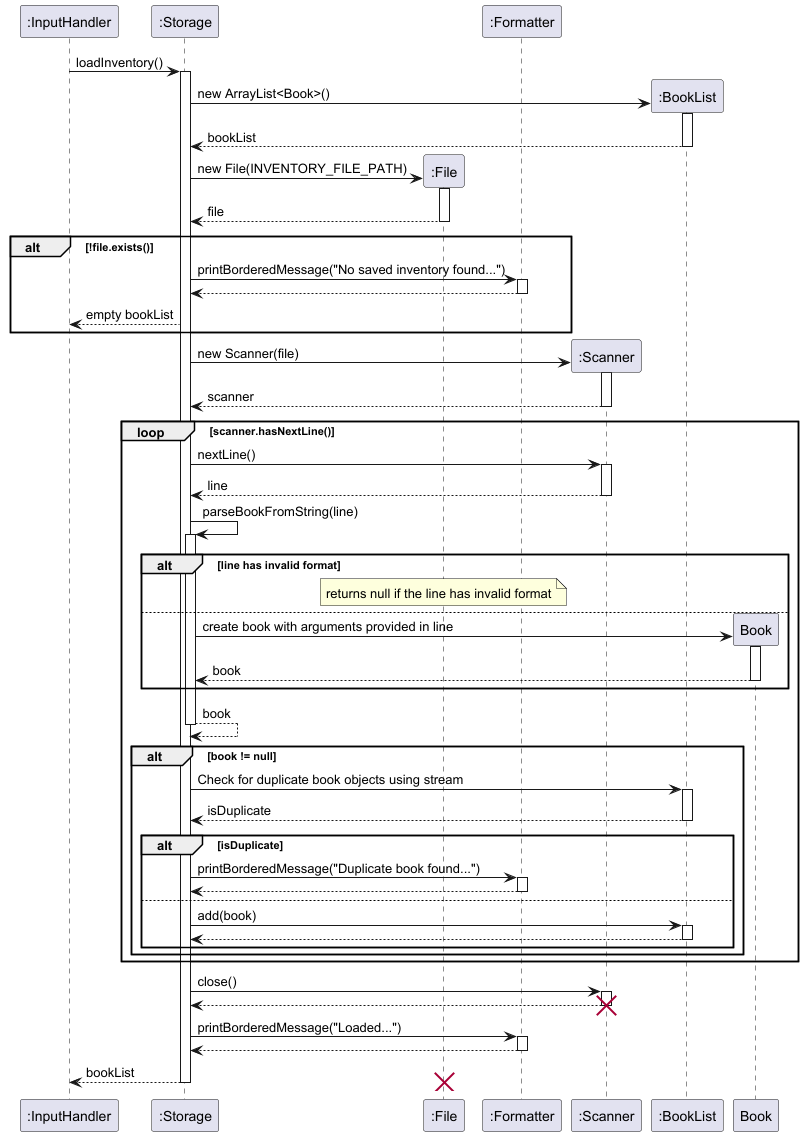
This is docs/images/loadInventory.png from AY2425S2-CS2113-T12-2/tp, a PlantUML export, as it was before one commit. Its diagram source:
```plantuml
@startuml
participant InputHandler as ":InputHandler"
participant Storage as ":Storage"
participant File as ":File"
participant Formatter as ":Formatter"
participant Scanner as ":Scanner"


InputHandler -> Storage: loadInventory()
activate Storage

create BookList as ":BookList"
Storage -> BookList: new ArrayList<Book>()
activate BookList
BookList --> Storage: bookList
deactivate BookList

Create File
Storage -> File: new File(INVENTORY_FILE_PATH)
activate File
File --> Storage: file
deactivate File

alt !file.exists()
    Storage -> Formatter: printBorderedMessage("No saved inventory found...")
    activate Formatter

    Formatter --> Storage
    deactivate Formatter

    Storage --> InputHandler: empty bookList
    end
    create Scanner
    Storage -> Scanner: new Scanner(file)
    activate Scanner
    Scanner --> Storage: scanner
    deactivate Scanner

    loop scanner.hasNextLine()
        Storage -> Scanner: nextLine()
        activate Scanner

        Scanner --> Storage: line
        deactivate Scanner

        Storage -> Storage: parseBookFromString(line)
        activate Storage
        alt line has invalid format
            note over File
            returns null if the line has invalid format
            end note
        else
            create Book
            Storage -> Book: create book with arguments provided in line
            activate Book
            Book --> Storage: book
            deactivate Book
        end
        Storage --> Storage: book
        deactivate Storage

        alt book != null
            Storage -> BookList: Check for duplicate book objects using stream
            activate BookList
            BookList --> Storage: isDuplicate
            deactivate BookList
            alt isDuplicate
                Storage -> Formatter: printBorderedMessage("Duplicate book found...")
                activate Formatter
                Formatter --> Storage
                deactivate Formatter

            else
                Storage -> BookList: add(book)
                activate BookList
                BookList --> Storage
                deactivate BookList
            end
        end
    end



    Storage -> Scanner: close()
    activate Scanner
    Scanner --> Storage
    deactivate Scanner
    destroy Scanner
    Storage -> Formatter: printBorderedMessage("Loaded...")
    activate Formatter
    Formatter --> Storage
    deactivate Formatter


    Storage --> InputHandler: bookList
    destroy File
    deactivate Storage

deactivate Storage
@enduml
```
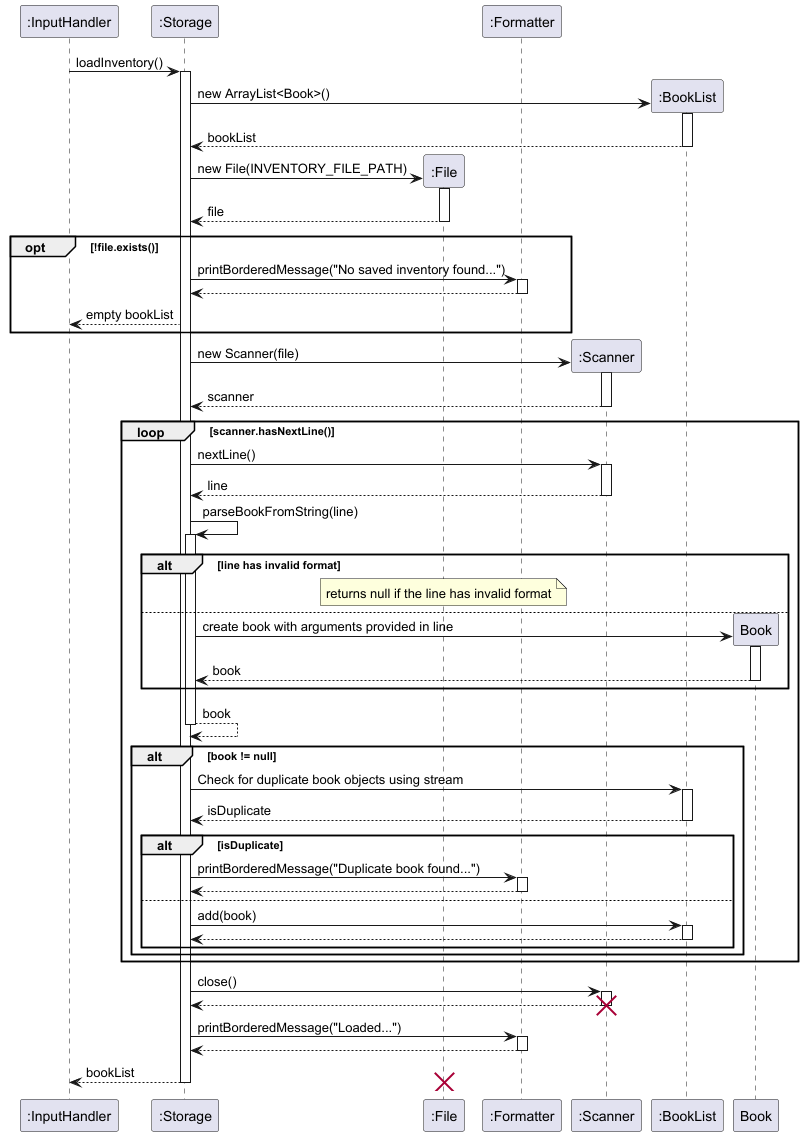
The same file after the commit.

Change to the diagram source:
```diff
@@ -21,7 +21,7 @@
 File --> Storage: file
 deactivate File
 
-alt !file.exists()
+opt !file.exists()
     Storage -> Formatter: printBorderedMessage("No saved inventory found...")
     activate Formatter
 
```
